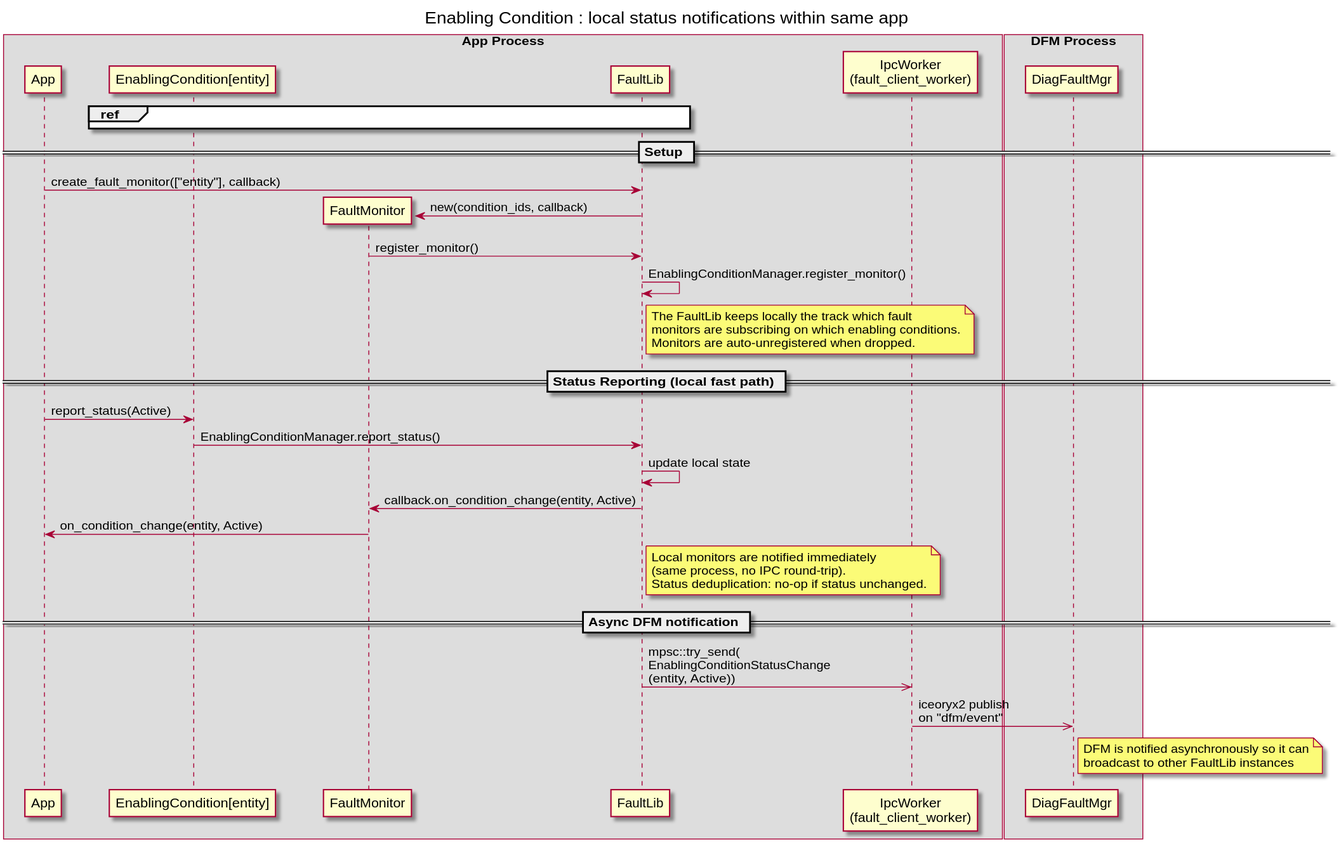
eclipse-opensovd/fault-lib keeps this PlantUML diagram as docs/puml/local_enable_condition_ntf.svg. Above is the earlier version.
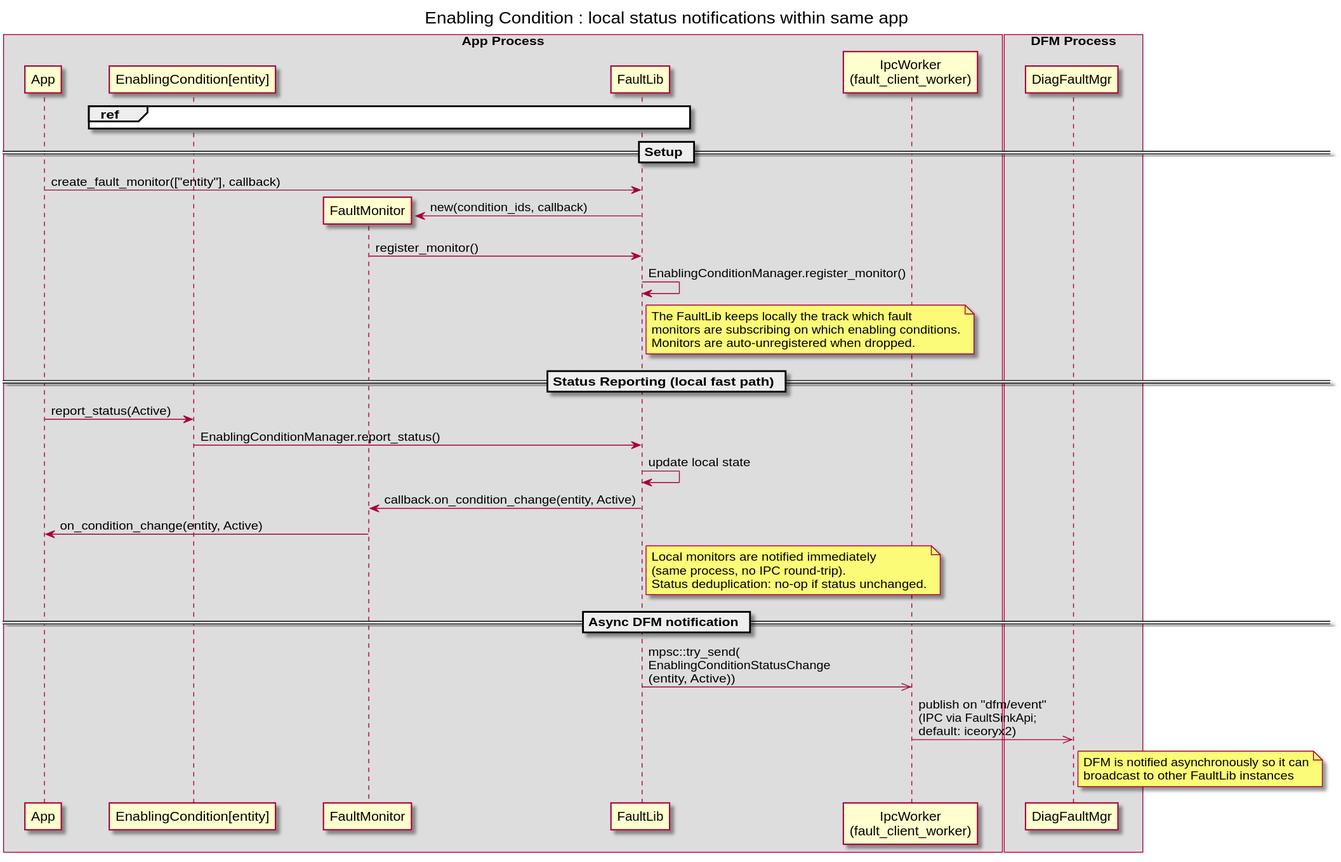
After the commit.

Change to the diagram source:
```diff
@@ -45,7 +45,7 @@
 == Async DFM notification ==
 
 FaultLib ->> IpcWorker : mpsc::try_send(\nEnablingConditionStatusChange\n(entity, Active))
-IpcWorker ->> DiagFaultMgr : iceoryx2 publish\non "dfm/event"
+IpcWorker ->> DiagFaultMgr : publish on "dfm/event"\n(IPC via FaultSinkApi;\ndefault: iceoryx2)
 note right of DiagFaultMgr
     DFM is notified asynchronously so it can
     broadcast to other FaultLib instances
```
